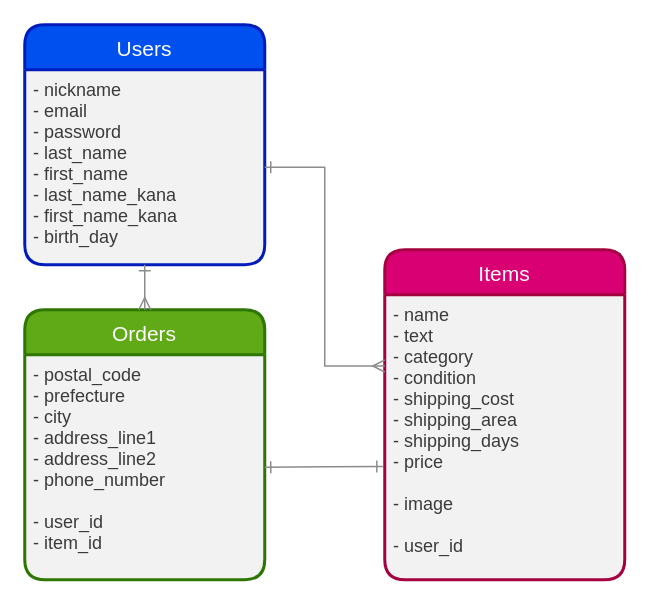
Before: furima.dio in turtlekazu/furima-34437, a draw.io diagram. Source tidied: cells renumbered, new cells numbered last; positions are measured from the earlier drawing's top-left corner, leaving out a move shared by most shapes. Both pictures are drawn from the tidied source at 150%, with x=0, y=0 at pixel (24, 24).
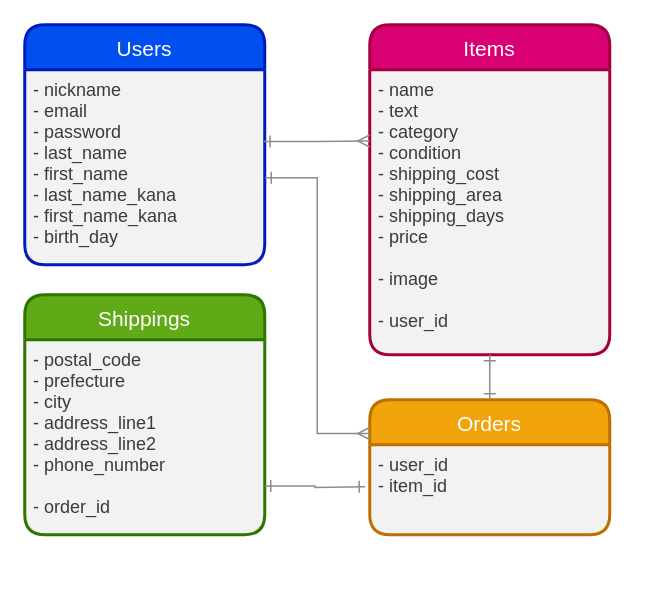
The same diagram, later.

Commit message (it also covers changes not shown here):
Divide order to shipping&order

The edit, as a diff of the source:
```diff
@@
 <mxGraphModel>
   <root>
     <mxCell id="0" />
     <mxCell id="1" parent="0" />
     <mxCell id="2" value="Users" style="swimlane;horizontal=1;startSize=30;rounded=1;fontSize=14;fontStyle=0;strokeWidth=2;shadow=0;dashed=0;align=center;fillColor=#0050ef;strokeColor=#001DBC;fontColor=#ffffff;swimlaneFillColor=#F2F2F2;" parent="1" vertex="1">
       <mxGeometry width="160" height="160" as="geometry" />
     </mxCell>
     <mxCell id="3" value="- nickname&#10;- email&#10;- password&#10;- last_name&#10;- first_name&#10;- last_name_kana&#10;- first_name_kana&#10;- birth_day" style="align=left;strokeColor=none;fillColor=none;spacingLeft=4;fontSize=12;verticalAlign=top;fontColor=#3B3B3B;" parent="2" vertex="1">
       <mxGeometry y="30" width="160" height="130" as="geometry" />
     </mxCell>
     <mxCell id="4" value="Items" style="swimlane;horizontal=1;startSize=30;rounded=1;fontSize=14;fontStyle=0;strokeWidth=2;shadow=0;dashed=0;align=center;fillColor=#d80073;strokeColor=#A50040;fontColor=#ffffff;swimlaneFillColor=#F2F2F2;" parent="1" vertex="1">
-      <mxGeometry x="240" y="150" width="160" height="220" as="geometry" />
+      <mxGeometry x="230" width="160" height="220" as="geometry" />
     </mxCell>
     <mxCell id="5" value="- name&#10;- text&#10;- category&#10;- condition&#10;- shipping_cost&#10;- shipping_area&#10;- shipping_days&#10;- price&#10;&#10;- image&#10;&#10;- user_id" style="align=left;strokeColor=none;fillColor=none;spacingLeft=4;fontSize=12;verticalAlign=top;fontColor=#3B3B3B;" parent="4" vertex="1">
       <mxGeometry y="30" width="160" height="190" as="geometry" />
     </mxCell>
-    <mxCell id="6" value="Orders" style="swimlane;horizontal=1;startSize=30;rounded=1;fontSize=14;fontStyle=0;strokeWidth=2;shadow=0;dashed=0;align=center;fillColor=#60a917;strokeColor=#2D7600;fontColor=#ffffff;swimlaneFillColor=#F2F2F2;" parent="1" vertex="1">
-      <mxGeometry y="190" width="160" height="180" as="geometry" />
+    <mxCell id="6" value="Shippings" style="swimlane;horizontal=1;startSize=30;rounded=1;fontSize=14;fontStyle=0;strokeWidth=2;shadow=0;dashed=0;align=center;fillColor=#60a917;strokeColor=#2D7600;fontColor=#ffffff;swimlaneFillColor=#F2F2F2;" parent="1" vertex="1">
+      <mxGeometry y="180" width="160" height="160" as="geometry" />
     </mxCell>
-    <mxCell id="7" value="- postal_code&#10;- prefecture&#10;- city&#10;- address_line1&#10;- address_line2&#10;- phone_number&#10;&#10;- user_id&#10;- item_id" style="align=left;strokeColor=none;fillColor=none;spacingLeft=4;fontSize=12;verticalAlign=top;fontColor=#3B3B3B;" parent="6" vertex="1">
-      <mxGeometry y="30" width="160" height="150" as="geometry" />
+    <mxCell id="7" value="- postal_code&#10;- prefecture&#10;- city&#10;- address_line1&#10;- address_line2&#10;- phone_number&#10;&#10;- order_id" style="align=left;strokeColor=none;fillColor=none;spacingLeft=4;fontSize=12;verticalAlign=top;fontColor=#3B3B3B;" parent="6" vertex="1">
+      <mxGeometry y="30" width="160" height="130" as="geometry" />
     </mxCell>
-    <mxCell id="8" style="edgeStyle=orthogonalEdgeStyle;rounded=0;jettySize=auto;html=1;exitX=0.5;exitY=1;exitDx=0;exitDy=0;startArrow=ERone;startFill=0;endArrow=ERmany;endFill=0;fontColor=#F0F0F0;strokeColor=#8C8C8C;" parent="1" edge="1" source="3" target="6">
-      <mxGeometry relative="1" as="geometry" />
-    </mxCell>
-    <mxCell id="9" style="edgeStyle=orthogonalEdgeStyle;rounded=0;jettySize=auto;html=1;exitX=-0.008;exitY=0.603;exitDx=0;exitDy=0;startArrow=ERone;startFill=0;endArrow=ERone;endFill=0;fontColor=#F0F0F0;exitPerimeter=0;strokeColor=#8C8C8C;" parent="1" edge="1" source="5" target="7">
-      <mxGeometry relative="1" as="geometry" />
-    </mxCell>
-    <mxCell id="10" style="edgeStyle=orthogonalEdgeStyle;rounded=0;jettySize=auto;html=1;entryX=0;entryY=0.25;entryDx=0;entryDy=0;startArrow=ERone;startFill=0;endArrow=ERmany;endFill=0;fontColor=#F0F0F0;strokeColor=#8C8C8C;" parent="1" edge="1" source="3" target="5">
+    <mxCell id="10" style="edgeStyle=orthogonalEdgeStyle;rounded=0;jettySize=auto;html=1;entryX=0;entryY=0.25;entryDx=0;entryDy=0;startArrow=ERone;startFill=0;endArrow=ERmany;endFill=0;fontColor=#F0F0F0;strokeColor=#8C8C8C;exitX=0.997;exitY=0.368;exitDx=0;exitDy=0;exitPerimeter=0;" parent="1" edge="1" source="3" target="5">
       <mxGeometry relative="1" as="geometry" />
     </mxCell>
+    <mxCell id="11" value="Orders" style="swimlane;horizontal=1;startSize=30;rounded=1;fontSize=14;fontStyle=0;strokeWidth=2;shadow=0;dashed=0;align=center;fillColor=#f0a30a;strokeColor=#BD7000;fontColor=#ffffff;swimlaneFillColor=#F2F2F2;" parent="1" vertex="1">
+      <mxGeometry x="230" y="250" width="160" height="90" as="geometry" />
+    </mxCell>
+    <mxCell id="12" value="- user_id&#10;- item_id" style="align=left;strokeColor=none;fillColor=none;spacingLeft=4;fontSize=12;verticalAlign=top;fontColor=#3B3B3B;" parent="11" vertex="1">
+      <mxGeometry y="30" width="160" height="60" as="geometry" />
+    </mxCell>
+    <mxCell id="13" style="edgeStyle=orthogonalEdgeStyle;rounded=0;jettySize=auto;html=1;exitX=0.5;exitY=1;exitDx=0;exitDy=0;entryX=0.5;entryY=0;entryDx=0;entryDy=0;startArrow=ERone;startFill=0;endArrow=ERone;endFill=0;strokeColor=#8C8C8C;fontColor=#3B3B3B;" parent="1" edge="1" source="5" target="11">
+      <mxGeometry relative="1" as="geometry" />
+    </mxCell>
+    <mxCell id="14" style="edgeStyle=orthogonalEdgeStyle;rounded=0;jettySize=auto;html=1;entryX=1;entryY=0.75;entryDx=0;entryDy=0;startArrow=ERone;startFill=0;endArrow=ERone;endFill=0;strokeColor=#8C8C8C;fontColor=#3B3B3B;" parent="1" edge="1" target="7">
+      <mxGeometry relative="1" as="geometry">
+        <mxPoint x="227" y="308" as="sourcePoint" />
+      </mxGeometry>
+    </mxCell>
+    <mxCell id="15" style="edgeStyle=orthogonalEdgeStyle;rounded=0;jettySize=auto;html=1;exitX=1.002;exitY=0.554;exitDx=0;exitDy=0;entryX=0;entryY=0.25;entryDx=0;entryDy=0;startArrow=ERone;startFill=0;endArrow=ERmany;endFill=0;strokeColor=#8C8C8C;fontColor=#3B3B3B;exitPerimeter=0;" parent="1" edge="1" source="3" target="11">
+      <mxGeometry relative="1" as="geometry" />
+    </mxCell>
   </root>
 </mxGraphModel>
```
